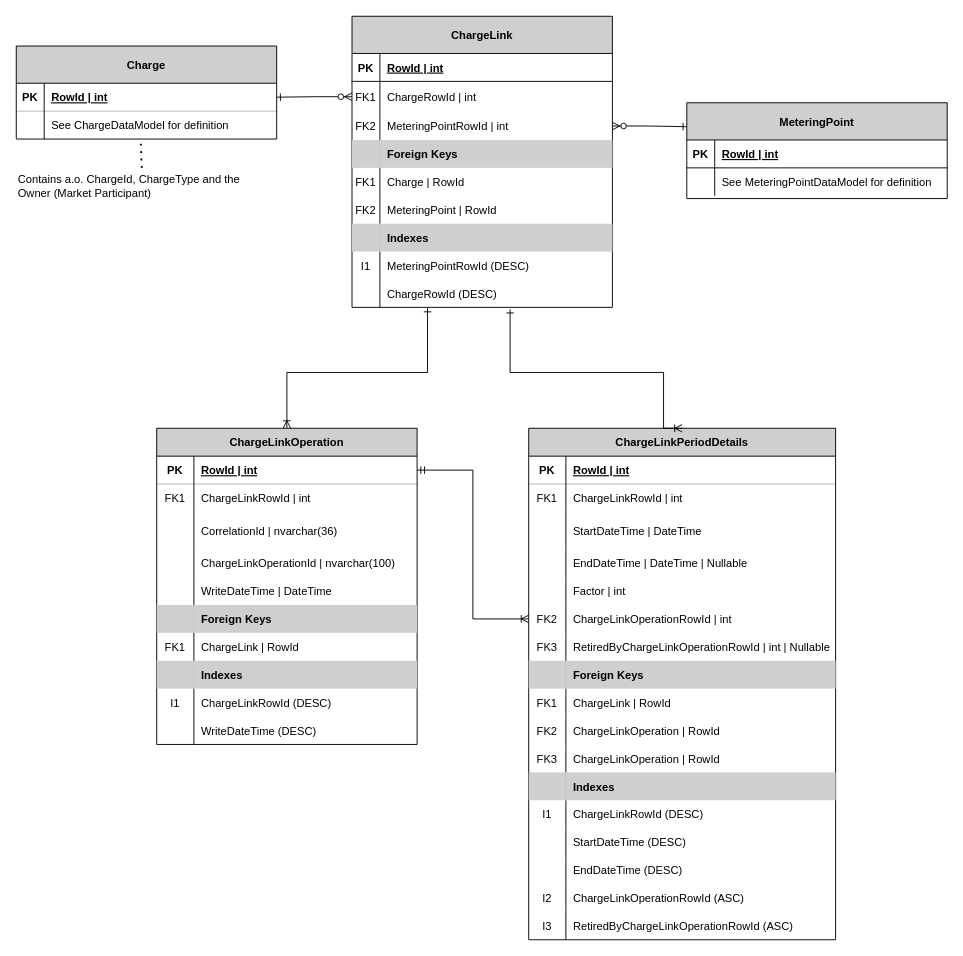
Above: docs/data-models/ChargeLinkDataModel.drawio in Energinet-DataHub/ARCHIVED-geh-charges (draw.io), before the change. Source tidied: cells renumbered, new cells numbered last; positions are measured from the earlier drawing's top-left corner, leaving out a move shared by most shapes. Both pictures are drawn from the tidied source at 93%, with x=0, y=0 at pixel (16, 16).
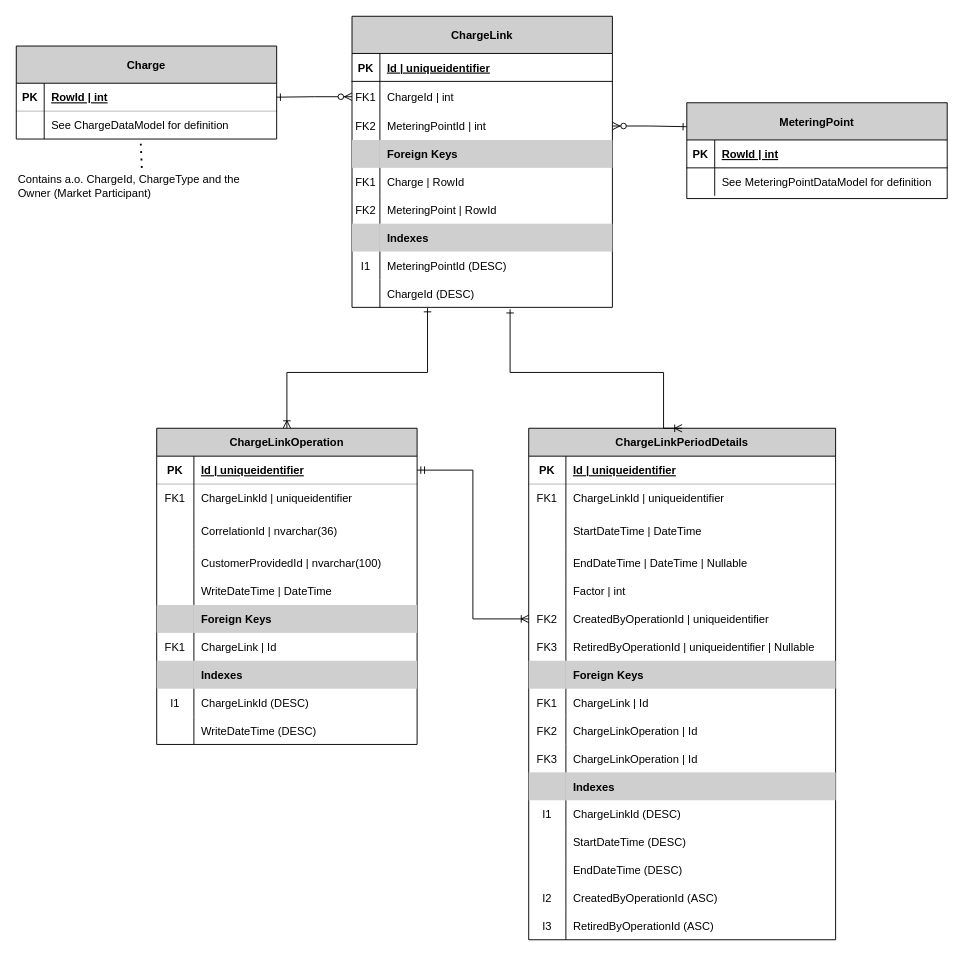
Above is the later version.

Commit message (it also covers changes not shown here):
Update ChargeLink ER model diagram

Unchanged cells that the change refers to:
```xml
<mxCell id="5" style="shape=partialRectangle;fillColor=none;top=0;left=0;bottom=1;right=0;textOpacity=30;" parent="4" vertex="1">
  <mxGeometry y="40" width="280" height="30" as="geometry" />
</mxCell>
<mxCell id="8" style="shape=partialRectangle;fillColor=none;top=0;left=0;bottom=0;right=0;points=[[0,0.5],[1,0.5]];portConstraint=eastwest;textOpacity=30;" parent="4" vertex="1">
  <mxGeometry y="70" width="280" height="33" as="geometry" />
</mxCell>
<mxCell id="11" style="shape=partialRectangle;fillColor=none;top=0;left=0;bottom=0;right=0;points=[[0,0.5],[1,0.5]];portConstraint=eastwest;textOpacity=30;" parent="4" vertex="1">
  <mxGeometry y="103" width="280" height="30" as="geometry" />
</mxCell>
<mxCell id="26" style="shape=partialRectangle;fillColor=none;top=0;left=0;bottom=0;right=0;textOpacity=30;" parent="4" vertex="1">
  <mxGeometry y="253" width="280" height="30" as="geometry" />
</mxCell>
<mxCell id="29" style="shape=partialRectangle;fillColor=none;top=0;left=0;bottom=0;right=0;points=[[0,0.5],[1,0.5]];portConstraint=eastwest;textOpacity=30;" parent="4" vertex="1">
  <mxGeometry y="283" width="280" height="30" as="geometry" />
</mxCell>
<mxCell id="33" style="shape=partialRectangle;fillColor=none;top=0;left=0;bottom=1;right=0;points=[[0,0.5],[1,0.5]];portConstraint=eastwest;textOpacity=30;opacity=30;" parent="32" vertex="1">
  <mxGeometry y="30" width="280" height="30" as="geometry" />
</mxCell>
<mxCell id="36" style="shape=partialRectangle;fillColor=none;top=0;left=0;bottom=0;right=0;textOpacity=30;opacity=30;" parent="32" vertex="1">
  <mxGeometry y="60" width="280" height="30" as="geometry" />
</mxCell>
<mxCell id="42" style="shape=partialRectangle;fillColor=none;top=0;left=0;bottom=0;right=0;textOpacity=30;opacity=30;" parent="32" vertex="1">
  <mxGeometry y="130" width="280" height="30" as="geometry" />
</mxCell>
<mxCell id="51" style="shape=partialRectangle;fillColor=none;top=0;left=0;bottom=0;right=0;textOpacity=30;opacity=30;" parent="32" vertex="1">
  <mxGeometry y="220" width="280" height="30" as="geometry" />
</mxCell>
<mxCell id="57" style="shape=partialRectangle;fillColor=none;top=0;left=0;bottom=0;right=0;textOpacity=30;opacity=30;" parent="32" vertex="1">
  <mxGeometry y="280" width="280" height="30" as="geometry" />
</mxCell>
<mxCell id="79" style="shape=partialRectangle;fillColor=none;top=0;left=0;bottom=1;right=0;textOpacity=30;opacity=30;" parent="78" vertex="1">
  <mxGeometry y="30" width="330" height="30" as="geometry" />
</mxCell>
<mxCell id="82" style="shape=partialRectangle;fillColor=none;top=0;left=0;bottom=0;right=0;textOpacity=30;opacity=30;" parent="78" vertex="1">
  <mxGeometry y="60" width="330" height="30" as="geometry" />
</mxCell>
<mxCell id="94" style="shape=partialRectangle;fillColor=none;top=0;left=0;bottom=0;right=0;points=[[0,0.5],[1,0.5]];portConstraint=eastwest;fontStyle=1;textOpacity=30;opacity=30;" parent="78" vertex="1">
  <mxGeometry y="190" width="330" height="30" as="geometry" />
</mxCell>
<mxCell id="97" style="shape=partialRectangle;fillColor=none;top=0;left=0;bottom=0;right=0;fontStyle=1;textOpacity=30;opacity=30;" parent="78" vertex="1">
  <mxGeometry y="220" width="330" height="30" as="geometry" />
</mxCell>
<mxCell id="103" style="shape=partialRectangle;fillColor=none;top=0;left=0;bottom=0;right=0;textOpacity=30;opacity=30;" parent="78" vertex="1">
  <mxGeometry y="280" width="330" height="30" as="geometry" />
</mxCell>
<mxCell id="106" style="shape=partialRectangle;fillColor=none;top=0;left=0;bottom=0;right=0;textOpacity=30;opacity=30;" parent="78" vertex="1">
  <mxGeometry y="310" width="330" height="30" as="geometry" />
</mxCell>
<mxCell id="109" style="shape=partialRectangle;fillColor=none;top=0;left=0;bottom=0;right=0;textOpacity=30;opacity=30;" parent="78" vertex="1">
  <mxGeometry y="340" width="330" height="30" as="geometry" />
</mxCell>
<mxCell id="115" style="shape=partialRectangle;fillColor=none;top=0;left=0;bottom=0;right=0;textOpacity=30;opacity=30;" parent="78" vertex="1">
  <mxGeometry y="400" width="330" height="30" as="geometry" />
</mxCell>
<mxCell id="124" style="shape=partialRectangle;fillColor=none;top=0;left=0;bottom=0;right=0;textOpacity=30;opacity=30;" parent="78" vertex="1">
  <mxGeometry y="490" width="330" height="30" as="geometry" />
</mxCell>
<mxCell id="127" style="shape=partialRectangle;fillColor=none;top=0;left=0;bottom=0;right=0;textOpacity=30;opacity=30;" parent="78" vertex="1">
  <mxGeometry y="520" width="330" height="30" as="geometry" />
</mxCell>
```

Change to the diagram source:
```diff
@@
-    <mxCell id="7" value="RowId | int" style="shape=partialRectangle;fillColor=none;top=0;left=0;bottom=0;right=0;align=left;spacingLeft=6;fontStyle=5;overflow=hidden;" parent="5" vertex="1">
+    <mxCell id="7" value="Id | uniqueidentifier" style="shape=partialRectangle;fillColor=none;top=0;left=0;bottom=0;right=0;align=left;spacingLeft=6;fontStyle=5;overflow=hidden;" parent="5" vertex="1">
       <mxGeometry x="30" width="250" height="30" as="geometry" />
     </mxCell>
@@
-    <mxCell id="10" value="ChargeRowId | int" style="shape=partialRectangle;fillColor=none;top=0;left=0;bottom=0;right=0;align=left;spacingLeft=6;overflow=hidden;" parent="8" vertex="1">
+    <mxCell id="10" value="ChargeId | int" style="shape=partialRectangle;fillColor=none;top=0;left=0;bottom=0;right=0;align=left;spacingLeft=6;overflow=hidden;" parent="8" vertex="1">
       <mxGeometry x="30" width="250" height="33" as="geometry" />
     </mxCell>
@@
-    <mxCell id="13" value="MeteringPointRowId | int" style="shape=partialRectangle;top=0;left=0;bottom=0;right=0;align=left;spacingLeft=6;overflow=hidden;strokeColor=#b85450;fillColor=none;" parent="11" vertex="1">
+    <mxCell id="13" value="MeteringPointId | int" style="shape=partialRectangle;top=0;left=0;bottom=0;right=0;align=left;spacingLeft=6;overflow=hidden;strokeColor=#b85450;fillColor=none;" parent="11" vertex="1">
       <mxGeometry x="30" width="250" height="30" as="geometry" />
     </mxCell>
@@
-    <mxCell id="28" value="MeteringPointRowId (DESC)" style="shape=partialRectangle;fillColor=none;top=0;left=0;bottom=0;right=0;align=left;spacingLeft=6;overflow=hidden;" parent="26" vertex="1">
+    <mxCell id="28" value="MeteringPointId (DESC)" style="shape=partialRectangle;fillColor=none;top=0;left=0;bottom=0;right=0;align=left;spacingLeft=6;overflow=hidden;" parent="26" vertex="1">
       <mxGeometry x="30" width="250" height="30" as="geometry" />
     </mxCell>
@@
-    <mxCell id="31" value="ChargeRowId (DESC)" style="shape=partialRectangle;fillColor=none;top=0;left=0;bottom=0;right=0;align=left;spacingLeft=6;overflow=hidden;" parent="29" vertex="1">
+    <mxCell id="31" value="ChargeId (DESC)" style="shape=partialRectangle;fillColor=none;top=0;left=0;bottom=0;right=0;align=left;spacingLeft=6;overflow=hidden;" parent="29" vertex="1">
       <mxGeometry x="30" width="250" height="30" as="geometry" />
     </mxCell>
@@
-    <mxCell id="35" value="RowId | int" style="shape=partialRectangle;fillColor=none;top=0;left=0;bottom=0;right=0;align=left;spacingLeft=6;fontStyle=5;overflow=hidden;opacity=30;" parent="33" vertex="1">
+    <mxCell id="35" value="Id | uniqueidentifier" style="shape=partialRectangle;fillColor=none;top=0;left=0;bottom=0;right=0;align=left;spacingLeft=6;fontStyle=5;overflow=hidden;opacity=30;" parent="33" vertex="1">
       <mxGeometry x="40" width="240" height="30" as="geometry" />
     </mxCell>
@@
-    <mxCell id="38" value="ChargeLinkRowId | int" style="shape=partialRectangle;fillColor=none;top=0;left=0;bottom=0;right=0;align=left;spacingLeft=6;overflow=hidden;opacity=30;" parent="36" vertex="1">
+    <mxCell id="38" value="ChargeLinkId | uniqueidentifier" style="shape=partialRectangle;fillColor=none;top=0;left=0;bottom=0;right=0;align=left;spacingLeft=6;overflow=hidden;opacity=30;" parent="36" vertex="1">
       <mxGeometry x="40" width="240" height="30" as="geometry" />
     </mxCell>
@@
-    <mxCell id="44" value="ChargeLinkOperationId | nvarchar(100)" style="shape=partialRectangle;fillColor=none;top=0;left=0;bottom=0;right=0;align=left;spacingLeft=6;overflow=hidden;opacity=30;" parent="42" vertex="1">
+    <mxCell id="44" value="CustomerProvidedId | nvarchar(100)" style="shape=partialRectangle;fillColor=none;top=0;left=0;bottom=0;right=0;align=left;spacingLeft=6;overflow=hidden;opacity=30;" parent="42" vertex="1">
       <mxGeometry x="40" width="240" height="30" as="geometry" />
     </mxCell>
@@
-    <mxCell id="53" value="ChargeLink | RowId" style="shape=partialRectangle;fillColor=none;top=0;left=0;bottom=0;right=0;align=left;spacingLeft=6;overflow=hidden;opacity=30;" parent="51" vertex="1">
+    <mxCell id="53" value="ChargeLink | Id" style="shape=partialRectangle;fillColor=none;top=0;left=0;bottom=0;right=0;align=left;spacingLeft=6;overflow=hidden;opacity=30;" parent="51" vertex="1">
       <mxGeometry x="40" width="240" height="30" as="geometry" />
     </mxCell>
@@
-    <mxCell id="59" value="ChargeLinkRowId (DESC)" style="shape=partialRectangle;fillColor=none;top=0;left=0;bottom=0;right=0;align=left;spacingLeft=6;overflow=hidden;opacity=30;" parent="57" vertex="1">
+    <mxCell id="59" value="ChargeLinkId (DESC)" style="shape=partialRectangle;fillColor=none;top=0;left=0;bottom=0;right=0;align=left;spacingLeft=6;overflow=hidden;opacity=30;" parent="57" vertex="1">
       <mxGeometry x="40" width="240" height="30" as="geometry" />
     </mxCell>
@@
-    <mxCell id="81" value="RowId | int" style="shape=partialRectangle;fillColor=none;top=0;left=0;bottom=0;right=0;align=left;spacingLeft=6;fontStyle=5;overflow=hidden;opacity=30;" parent="79" vertex="1">
+    <mxCell id="81" value="Id | uniqueidentifier" style="shape=partialRectangle;fillColor=none;top=0;left=0;bottom=0;right=0;align=left;spacingLeft=6;fontStyle=5;overflow=hidden;opacity=30;" parent="79" vertex="1">
       <mxGeometry x="40" width="290" height="30" as="geometry" />
     </mxCell>
@@
-    <mxCell id="84" value="ChargeLinkRowId | int" style="shape=partialRectangle;fillColor=none;top=0;left=0;bottom=0;right=0;align=left;spacingLeft=6;overflow=hidden;opacity=30;" parent="82" vertex="1">
+    <mxCell id="84" value="ChargeLinkId | uniqueidentifier" style="shape=partialRectangle;fillColor=none;top=0;left=0;bottom=0;right=0;align=left;spacingLeft=6;overflow=hidden;opacity=30;" parent="82" vertex="1">
       <mxGeometry x="40" width="290" height="30" as="geometry" />
     </mxCell>
@@
-    <mxCell id="96" value="ChargeLinkOperationRowId | int" style="shape=partialRectangle;top=0;left=0;bottom=0;right=0;align=left;spacingLeft=6;overflow=hidden;fontStyle=0;opacity=30;fillColor=none;" parent="94" vertex="1">
+    <mxCell id="96" value="CreatedByOperationId | uniqueidentifier" style="shape=partialRectangle;top=0;left=0;bottom=0;right=0;align=left;spacingLeft=6;overflow=hidden;fontStyle=0;opacity=30;fillColor=none;" parent="94" vertex="1">
       <mxGeometry x="40" width="290" height="30" as="geometry" />
     </mxCell>
@@
-    <mxCell id="99" value="RetiredByChargeLinkOperationRowId | int | Nullable" style="shape=partialRectangle;top=0;left=0;bottom=0;right=0;align=left;spacingLeft=6;overflow=hidden;fontStyle=0;strokeColor=#d6b656;fillColor=none;" parent="97" vertex="1">
+    <mxCell id="99" value="RetiredByOperationId | uniqueidentifier | Nullable" style="shape=partialRectangle;top=0;left=0;bottom=0;right=0;align=left;spacingLeft=6;overflow=hidden;fontStyle=0;strokeColor=#d6b656;fillColor=none;" parent="97" vertex="1">
       <mxGeometry x="40" width="290" height="30" as="geometry" />
     </mxCell>
@@
-    <mxCell id="105" value="ChargeLink | RowId" style="shape=partialRectangle;fillColor=none;top=0;left=0;bottom=0;right=0;align=left;spacingLeft=6;overflow=hidden;opacity=30;" parent="103" vertex="1">
+    <mxCell id="105" value="ChargeLink | Id" style="shape=partialRectangle;fillColor=none;top=0;left=0;bottom=0;right=0;align=left;spacingLeft=6;overflow=hidden;opacity=30;" parent="103" vertex="1">
       <mxGeometry x="40" width="290" height="30" as="geometry" />
     </mxCell>
@@
-    <mxCell id="108" value="ChargeLinkOperation | RowId" style="shape=partialRectangle;fillColor=none;top=0;left=0;bottom=0;right=0;align=left;spacingLeft=6;overflow=hidden;opacity=30;" parent="106" vertex="1">
+    <mxCell id="108" value="ChargeLinkOperation | Id" style="shape=partialRectangle;fillColor=none;top=0;left=0;bottom=0;right=0;align=left;spacingLeft=6;overflow=hidden;opacity=30;" parent="106" vertex="1">
       <mxGeometry x="40" width="290" height="30" as="geometry" />
     </mxCell>
@@
-    <mxCell id="111" value="ChargeLinkOperation | RowId" style="shape=partialRectangle;fillColor=none;top=0;left=0;bottom=0;right=0;align=left;spacingLeft=6;overflow=hidden;opacity=30;" parent="109" vertex="1">
+    <mxCell id="111" value="ChargeLinkOperation | Id" style="shape=partialRectangle;fillColor=none;top=0;left=0;bottom=0;right=0;align=left;spacingLeft=6;overflow=hidden;opacity=30;" parent="109" vertex="1">
       <mxGeometry x="40" width="290" height="30" as="geometry" />
     </mxCell>
@@
-    <mxCell id="117" value="ChargeLinkRowId (DESC)" style="shape=partialRectangle;fillColor=none;top=0;left=0;bottom=0;right=0;align=left;spacingLeft=6;overflow=hidden;opacity=30;" parent="115" vertex="1">
+    <mxCell id="117" value="ChargeLinkId (DESC)" style="shape=partialRectangle;fillColor=none;top=0;left=0;bottom=0;right=0;align=left;spacingLeft=6;overflow=hidden;opacity=30;" parent="115" vertex="1">
       <mxGeometry x="40" width="290" height="30" as="geometry" />
     </mxCell>
@@
-    <mxCell id="126" value="ChargeLinkOperationRowId (ASC)" style="shape=partialRectangle;fillColor=none;top=0;left=0;bottom=0;right=0;align=left;spacingLeft=6;overflow=hidden;opacity=30;" parent="124" vertex="1">
+    <mxCell id="126" value="CreatedByOperationId (ASC)" style="shape=partialRectangle;fillColor=none;top=0;left=0;bottom=0;right=0;align=left;spacingLeft=6;overflow=hidden;opacity=30;" parent="124" vertex="1">
       <mxGeometry x="40" width="290" height="30" as="geometry" />
     </mxCell>
@@
-    <mxCell id="129" value="RetiredByChargeLinkOperationRowId (ASC)" style="shape=partialRectangle;fillColor=none;top=0;left=0;bottom=0;right=0;align=left;spacingLeft=6;overflow=hidden;opacity=30;" parent="127" vertex="1">
+    <mxCell id="129" value="RetiredByOperationId (ASC)" style="shape=partialRectangle;fillColor=none;top=0;left=0;bottom=0;right=0;align=left;spacingLeft=6;overflow=hidden;opacity=30;" parent="127" vertex="1">
       <mxGeometry x="40" width="290" height="30" as="geometry" />
     </mxCell>
```
